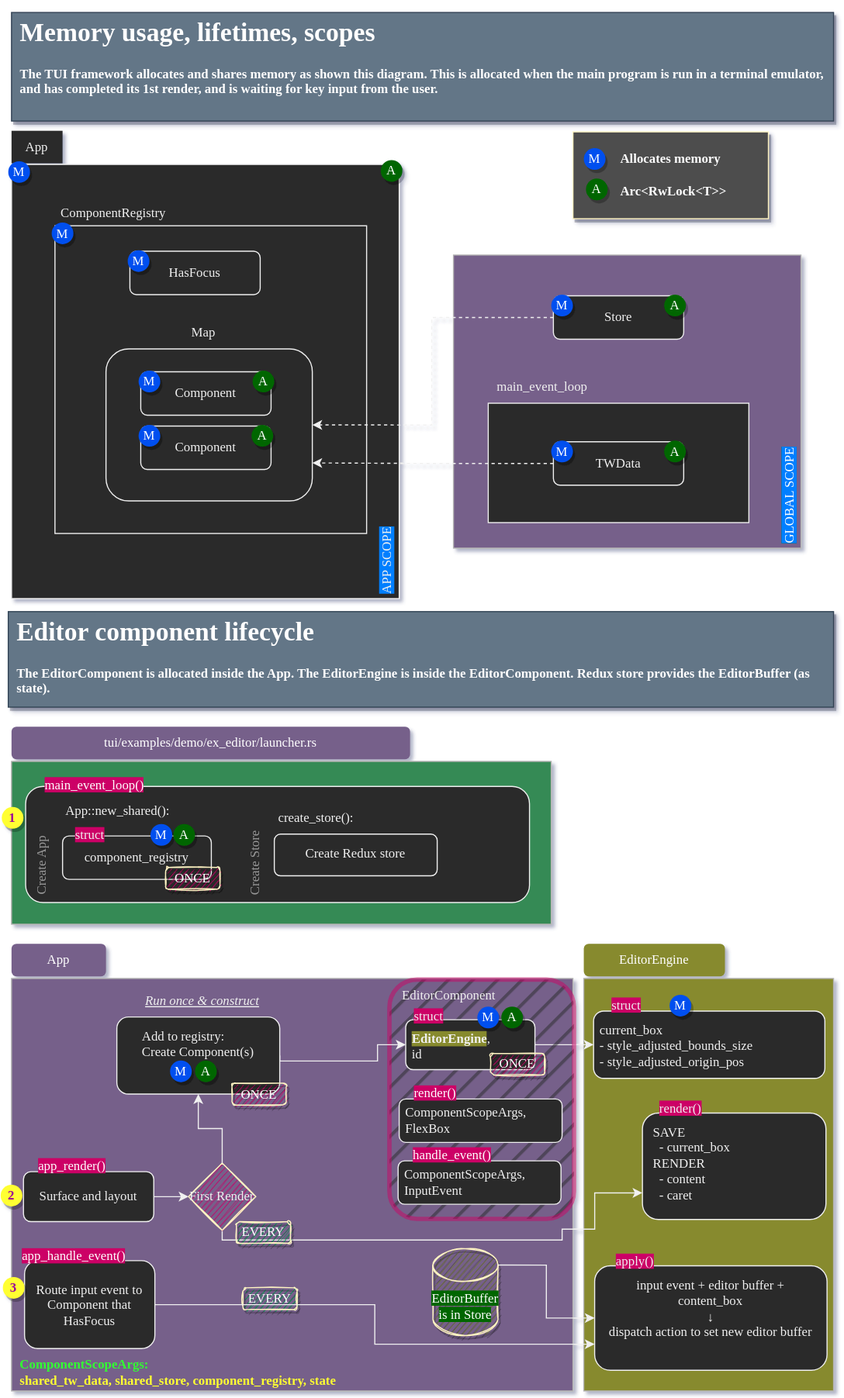
Above: docs/memory-architecture.drawio.svg in r3bl-org/r3bl-open-core (draw.io), before the change. Source tidied: cells renumbered, new cells last; positions are measured from the earlier drawing's top-left corner, leaving out a move shared by most shapes.
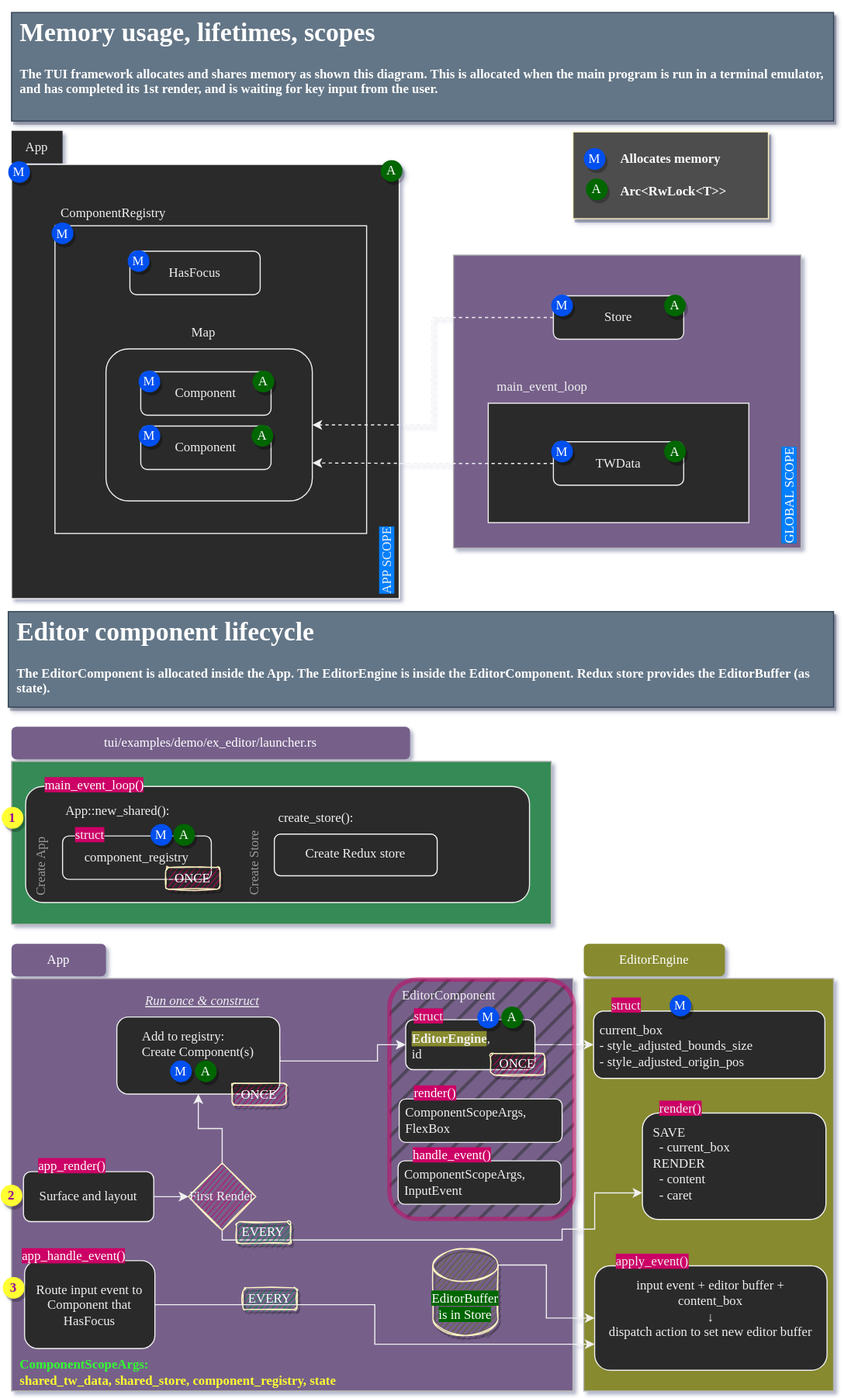
After the change.

What changed in the source:
```diff
@@ -226,7 +226,7 @@
     <mxCell id="71" value="input event + editor buffer + content_box&lt;br&gt;&lt;b&gt;↓ &lt;/b&gt;&lt;br&gt;dispatch action to set new editor buffer" style="rounded=1;whiteSpace=wrap;html=1;fontFamily=Victor Mono;fontSource=https%3A%2F%2Ffonts.googleapis.com%2Fcss%3Ffamily%3DVictor%2BMono;spacing=6;align=center;verticalAlign=top;spacingLeft=4;spacingRight=4;" parent="70" vertex="1">
       <mxGeometry y="14.7" width="214" height="96.3" as="geometry" />
     </mxCell>
-    <mxCell id="72" value="&lt;span style=&quot;background-color: rgb(204, 0, 102);&quot;&gt;apply()&lt;/span&gt;" style="text;html=1;strokeColor=none;fillColor=none;align=left;verticalAlign=bottom;whiteSpace=wrap;rounded=0;fontFamily=Fira Code;fontSource=https%3A%2F%2Ffonts.googleapis.com%2Fcss%3Ffamily%3DFira%2BCode;spacing=4;" parent="70" vertex="1">
+    <mxCell id="72" value="&lt;span style=&quot;background-color: rgb(204, 0, 102);&quot;&gt;apply_event()&lt;/span&gt;" style="text;html=1;strokeColor=none;fillColor=none;align=left;verticalAlign=bottom;whiteSpace=wrap;rounded=0;fontFamily=Fira Code;fontSource=https%3A%2F%2Ffonts.googleapis.com%2Fcss%3Ffamily%3DFira%2BCode;spacing=4;" parent="70" vertex="1">
       <mxGeometry x="16" width="156.7" height="22" as="geometry" />
     </mxCell>
     <mxCell id="73" style="group;" parent="1" vertex="1">
```
